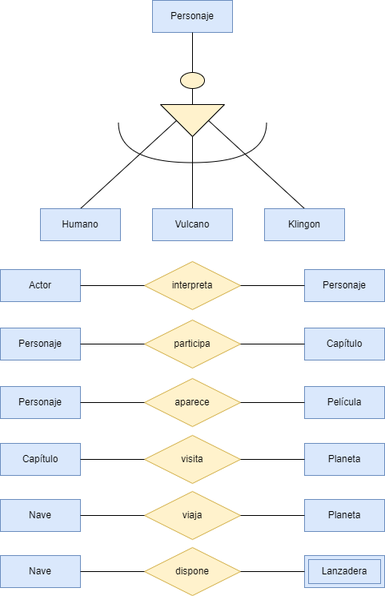
Earlier version of the draw.io export Unidad-1/Tareas/Tarea_Entregable-3/Diagrama Tarea Entregable 3.drawio.png (RafaelMayor/base-datos). Source tidied: cells renumbered, new cells last; positions are measured from the earlier drawing's top-left corner, leaving out a move shared by most shapes.
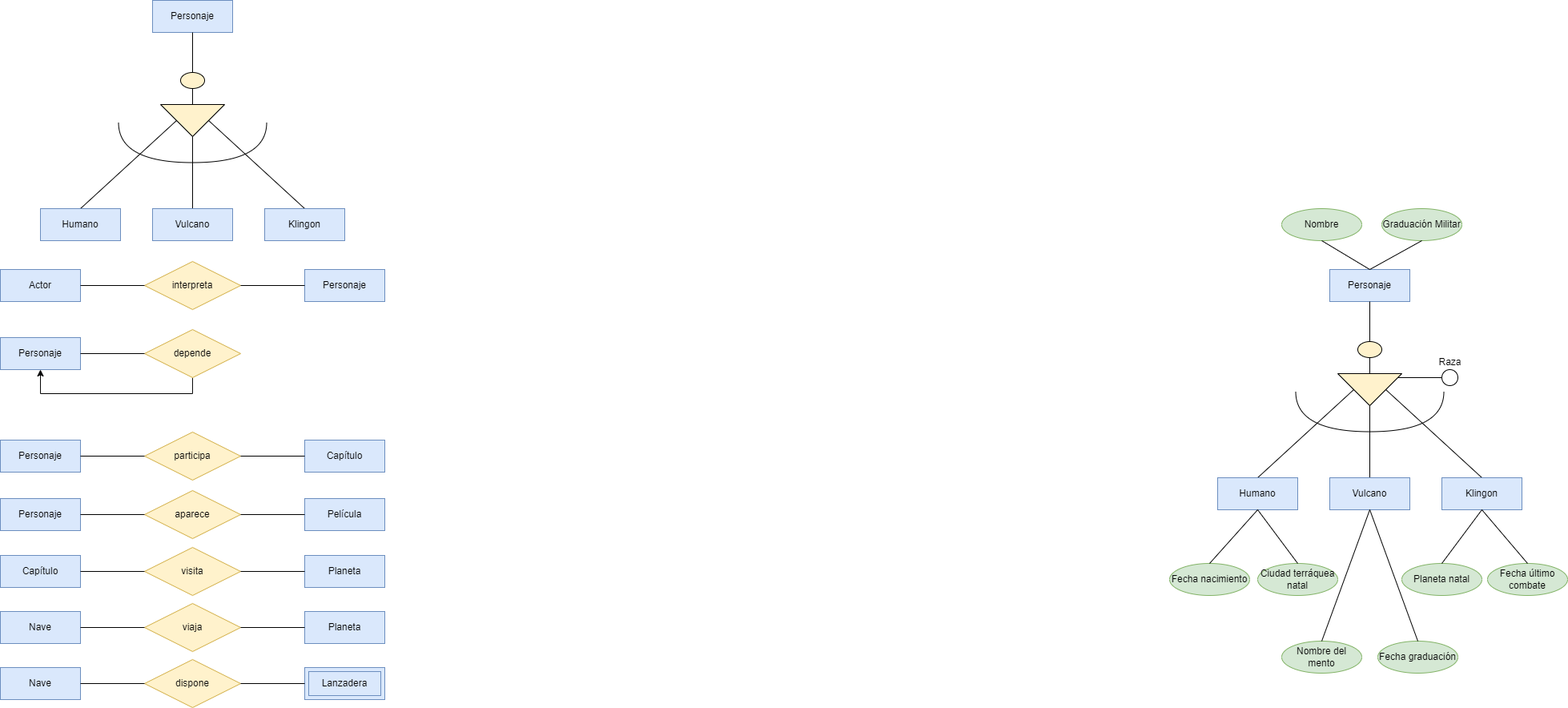
The same file after the commit.

Diff of the diagram source:
```diff
@@ -3,16 +3,16 @@
     <mxCell id="0" />
     <mxCell id="1" parent="0" />
     <mxCell id="2" value="Actor" style="whiteSpace=wrap;html=1;align=center;fillColor=#dae8fc;strokeColor=#6c8ebf;" parent="1" vertex="1">
-      <mxGeometry y="336" width="100" height="40" as="geometry" />
+      <mxGeometry y="196" width="100" height="40" as="geometry" />
     </mxCell>
     <mxCell id="3" value="Personaje" style="whiteSpace=wrap;html=1;align=center;fillColor=#dae8fc;strokeColor=#6c8ebf;" parent="1" vertex="1">
-      <mxGeometry x="190" width="100" height="40" as="geometry" />
+      <mxGeometry x="190" y="-140" width="100" height="40" as="geometry" />
     </mxCell>
     <mxCell id="4" style="ellipse;whiteSpace=wrap;html=1;fillColor=#fff2cc;strokeColor=#000000;" parent="1" vertex="1">
-      <mxGeometry x="225" y="90" width="30" height="20" as="geometry" />
+      <mxGeometry x="225" y="-50" width="30" height="20" as="geometry" />
     </mxCell>
     <mxCell id="5" style="triangle;whiteSpace=wrap;html=1;rotation=90;fillColor=#fff2cc;strokeColor=#000000;" parent="1" vertex="1">
-      <mxGeometry x="220" y="110" width="40" height="80" as="geometry" />
+      <mxGeometry x="220" y="-30" width="40" height="80" as="geometry" />
     </mxCell>
     <mxCell id="6" style="endArrow=none;html=1;rounded=0;entryX=0.5;entryY=1;entryDx=0;entryDy=0;exitX=0.5;exitY=0;exitDx=0;exitDy=0;" parent="1" edge="1" source="4" target="3">
       <mxGeometry relative="1" as="geometry" />
@@ -30,22 +30,22 @@
       <mxGeometry relative="1" as="geometry" />
     </mxCell>
     <mxCell id="11" style="shape=requiredInterface;html=1;verticalLabelPosition=bottom;sketch=0;rotation=90;" parent="1" vertex="1">
-      <mxGeometry x="215" y="85" width="50" height="185" as="geometry" />
+      <mxGeometry x="215" y="-55" width="50" height="185" as="geometry" />
     </mxCell>
     <mxCell id="12" value="Klingon" style="whiteSpace=wrap;html=1;align=center;fillColor=#dae8fc;strokeColor=#6c8ebf;" parent="1" vertex="1">
-      <mxGeometry x="330" y="260" width="100" height="40" as="geometry" />
+      <mxGeometry x="330" y="120" width="100" height="40" as="geometry" />
     </mxCell>
     <mxCell id="13" value="Vulcano" style="whiteSpace=wrap;html=1;align=center;fillColor=#dae8fc;strokeColor=#6c8ebf;" parent="1" vertex="1">
-      <mxGeometry x="190" y="260" width="100" height="40" as="geometry" />
+      <mxGeometry x="190" y="120" width="100" height="40" as="geometry" />
     </mxCell>
     <mxCell id="14" value="Humano" style="whiteSpace=wrap;html=1;align=center;fillColor=#dae8fc;strokeColor=#6c8ebf;" parent="1" vertex="1">
-      <mxGeometry x="50" y="260" width="100" height="40" as="geometry" />
+      <mxGeometry x="50" y="120" width="100" height="40" as="geometry" />
     </mxCell>
     <mxCell id="15" value="Personaje" style="whiteSpace=wrap;html=1;align=center;fillColor=#dae8fc;strokeColor=#6c8ebf;" parent="1" vertex="1">
-      <mxGeometry x="380" y="336" width="100" height="40" as="geometry" />
+      <mxGeometry x="380" y="196" width="100" height="40" as="geometry" />
     </mxCell>
     <mxCell id="16" value="interpreta" style="shape=rhombus;perimeter=rhombusPerimeter;whiteSpace=wrap;html=1;align=center;fillColor=#fff2cc;strokeColor=#d6b656;" parent="1" vertex="1">
-      <mxGeometry x="180" y="326" width="120" height="60" as="geometry" />
+      <mxGeometry x="180" y="186" width="120" height="60" as="geometry" />
     </mxCell>
     <mxCell id="17" style="endArrow=none;html=1;rounded=0;exitX=0;exitY=0.5;exitDx=0;exitDy=0;entryX=1;entryY=0.5;entryDx=0;entryDy=0;" parent="1" edge="1" source="15" target="16">
       <mxGeometry relative="1" as="geometry" />
@@ -128,5 +128,115 @@
     <mxCell id="43" style="endArrow=none;html=1;rounded=0;entryX=0;entryY=0.5;entryDx=0;entryDy=0;exitX=1;exitY=0.5;exitDx=0;exitDy=0;" parent="1" edge="1" source="39" target="40">
       <mxGeometry relative="1" as="geometry" />
     </mxCell>
+    <mxCell id="44" value="Personaje" style="whiteSpace=wrap;html=1;align=center;fillColor=#dae8fc;strokeColor=#6c8ebf;" parent="1" vertex="1">
+      <mxGeometry x="1660" y="196" width="100" height="40" as="geometry" />
+    </mxCell>
+    <mxCell id="45" style="ellipse;whiteSpace=wrap;html=1;fillColor=#fff2cc;strokeColor=#000000;" parent="1" vertex="1">
+      <mxGeometry x="1695" y="286" width="30" height="20" as="geometry" />
+    </mxCell>
+    <mxCell id="46" style="triangle;whiteSpace=wrap;html=1;rotation=90;fillColor=#fff2cc;strokeColor=#000000;" parent="1" vertex="1">
+      <mxGeometry x="1690" y="306" width="40" height="80" as="geometry" />
+    </mxCell>
+    <mxCell id="47" style="endArrow=none;html=1;rounded=0;entryX=0.5;entryY=1;entryDx=0;entryDy=0;exitX=0.5;exitY=0;exitDx=0;exitDy=0;" parent="1" edge="1" source="45" target="44">
+      <mxGeometry relative="1" as="geometry" />
+    </mxCell>
+    <mxCell id="48" style="endArrow=none;html=1;rounded=0;entryX=0.5;entryY=1;entryDx=0;entryDy=0;exitX=0;exitY=0.5;exitDx=0;exitDy=0;" parent="1" edge="1" source="46" target="45">
+      <mxGeometry relative="1" as="geometry" />
+    </mxCell>
+    <mxCell id="49" style="endArrow=none;html=1;rounded=0;entryX=1;entryY=0.5;entryDx=0;entryDy=0;exitX=0.5;exitY=0;exitDx=0;exitDy=0;" parent="1" edge="1" source="54" target="46">
+      <mxGeometry relative="1" as="geometry" />
+    </mxCell>
+    <mxCell id="50" style="endArrow=none;html=1;rounded=0;entryX=0.5;entryY=1;entryDx=0;entryDy=0;exitX=0.5;exitY=0;exitDx=0;exitDy=0;" parent="1" edge="1" source="55" target="46">
+      <mxGeometry relative="1" as="geometry" />
+    </mxCell>
+    <mxCell id="51" style="endArrow=none;html=1;rounded=0;entryX=0.5;entryY=0;entryDx=0;entryDy=0;exitX=0.5;exitY=0;exitDx=0;exitDy=0;" parent="1" edge="1" source="53" target="46">
+      <mxGeometry relative="1" as="geometry" />
+    </mxCell>
+    <mxCell id="52" style="shape=requiredInterface;html=1;verticalLabelPosition=bottom;sketch=0;rotation=90;" parent="1" vertex="1">
+      <mxGeometry x="1685" y="281" width="50" height="185" as="geometry" />
+    </mxCell>
+    <mxCell id="53" value="Klingon" style="whiteSpace=wrap;html=1;align=center;fillColor=#dae8fc;strokeColor=#6c8ebf;" parent="1" vertex="1">
+      <mxGeometry x="1800" y="456" width="100" height="40" as="geometry" />
+    </mxCell>
+    <mxCell id="54" value="Vulcano" style="whiteSpace=wrap;html=1;align=center;fillColor=#dae8fc;strokeColor=#6c8ebf;" parent="1" vertex="1">
+      <mxGeometry x="1660" y="456" width="100" height="40" as="geometry" />
+    </mxCell>
+    <mxCell id="55" value="Humano" style="whiteSpace=wrap;html=1;align=center;fillColor=#dae8fc;strokeColor=#6c8ebf;" parent="1" vertex="1">
+      <mxGeometry x="1520" y="456" width="100" height="40" as="geometry" />
+    </mxCell>
+    <mxCell id="56" style="endArrow=none;html=1;rounded=0;entryX=0.125;entryY=0.066;entryDx=0;entryDy=0;entryPerimeter=0;exitX=0;exitY=0.5;exitDx=0;exitDy=0;" parent="1" edge="1" source="57" target="46">
+      <mxGeometry relative="1" as="geometry" />
+    </mxCell>
+    <mxCell id="57" style="ellipse;whiteSpace=wrap;html=1;" parent="1" vertex="1">
+      <mxGeometry x="1800" y="321" width="20" height="20" as="geometry" />
+    </mxCell>
+    <mxCell id="58" value="Raza" style="text;html=1;align=center;verticalAlign=middle;strokeColor=none;fillColor=none;" parent="1" vertex="1">
+      <mxGeometry x="1785" y="297" width="50" height="30" as="geometry" />
+    </mxCell>
+    <mxCell id="59" value="Nombre" style="ellipse;whiteSpace=wrap;html=1;align=center;fillColor=#d5e8d4;strokeColor=#82b366;" parent="1" vertex="1">
+      <mxGeometry x="1600" y="120" width="100" height="40" as="geometry" />
+    </mxCell>
+    <mxCell id="60" value="Graduación Militar" style="ellipse;whiteSpace=wrap;html=1;align=center;fillColor=#d5e8d4;strokeColor=#82b366;" parent="1" vertex="1">
+      <mxGeometry x="1725" y="120" width="100" height="40" as="geometry" />
+    </mxCell>
+    <mxCell id="61" style="endArrow=none;html=1;rounded=0;entryX=0.5;entryY=1;entryDx=0;entryDy=0;exitX=0.5;exitY=0;exitDx=0;exitDy=0;" parent="1" edge="1" source="44" target="59">
+      <mxGeometry relative="1" as="geometry" />
+    </mxCell>
+    <mxCell id="62" style="endArrow=none;html=1;rounded=0;entryX=0.5;entryY=1;entryDx=0;entryDy=0;exitX=0.5;exitY=0;exitDx=0;exitDy=0;" parent="1" edge="1" source="44" target="60">
+      <mxGeometry relative="1" as="geometry" />
+    </mxCell>
+    <mxCell id="63" value="Planeta natal" style="ellipse;whiteSpace=wrap;html=1;align=center;fillColor=#d5e8d4;strokeColor=#82b366;" parent="1" vertex="1">
+      <mxGeometry x="1750" y="563" width="100" height="40" as="geometry" />
+    </mxCell>
+    <mxCell id="64" value="Fecha último combate" style="ellipse;whiteSpace=wrap;html=1;align=center;fillColor=#d5e8d4;strokeColor=#82b366;" parent="1" vertex="1">
+      <mxGeometry x="1857" y="563" width="100" height="40" as="geometry" />
+    </mxCell>
+    <mxCell id="65" value="Fecha graduación" style="ellipse;whiteSpace=wrap;html=1;align=center;fillColor=#d5e8d4;strokeColor=#82b366;" parent="1" vertex="1">
+      <mxGeometry x="1720" y="660" width="100" height="40" as="geometry" />
+    </mxCell>
+    <mxCell id="66" value="Nombre del mento" style="ellipse;whiteSpace=wrap;html=1;align=center;fillColor=#d5e8d4;strokeColor=#82b366;" parent="1" vertex="1">
+      <mxGeometry x="1600" y="660" width="100" height="40" as="geometry" />
+    </mxCell>
+    <mxCell id="67" value="Ciudad terráquea natal" style="ellipse;whiteSpace=wrap;html=1;align=center;fillColor=#d5e8d4;strokeColor=#82b366;" parent="1" vertex="1">
+      <mxGeometry x="1570" y="563" width="100" height="40" as="geometry" />
+    </mxCell>
+    <mxCell id="68" value="Fecha nacimiento" style="ellipse;whiteSpace=wrap;html=1;align=center;fillColor=#d5e8d4;strokeColor=#82b366;" parent="1" vertex="1">
+      <mxGeometry x="1460" y="563" width="100" height="40" as="geometry" />
+    </mxCell>
+    <mxCell id="69" style="endArrow=none;html=1;rounded=0;entryX=0.5;entryY=1;entryDx=0;entryDy=0;exitX=0.5;exitY=0;exitDx=0;exitDy=0;" parent="1" edge="1" source="63" target="53">
+      <mxGeometry relative="1" as="geometry" />
+    </mxCell>
+    <mxCell id="70" style="endArrow=none;html=1;rounded=0;entryX=0.5;entryY=1;entryDx=0;entryDy=0;exitX=0.5;exitY=0;exitDx=0;exitDy=0;" parent="1" edge="1" source="64" target="53">
+      <mxGeometry relative="1" as="geometry" />
+    </mxCell>
+    <mxCell id="71" style="endArrow=none;html=1;rounded=0;entryX=0.5;entryY=0;entryDx=0;entryDy=0;exitX=0.5;exitY=1;exitDx=0;exitDy=0;" parent="1" edge="1" source="54" target="65">
+      <mxGeometry relative="1" as="geometry" />
+    </mxCell>
+    <mxCell id="72" style="endArrow=none;html=1;rounded=0;entryX=0.5;entryY=1;entryDx=0;entryDy=0;exitX=0.5;exitY=0;exitDx=0;exitDy=0;" parent="1" edge="1" source="66" target="54">
+      <mxGeometry relative="1" as="geometry" />
+    </mxCell>
+    <mxCell id="73" style="endArrow=none;html=1;rounded=0;entryX=0.5;entryY=1;entryDx=0;entryDy=0;exitX=0.5;exitY=0;exitDx=0;exitDy=0;" parent="1" edge="1" source="67" target="55">
+      <mxGeometry relative="1" as="geometry" />
+    </mxCell>
+    <mxCell id="74" style="endArrow=none;html=1;rounded=0;entryX=0.5;entryY=1;entryDx=0;entryDy=0;exitX=0.5;exitY=0;exitDx=0;exitDy=0;" parent="1" edge="1" source="68" target="55">
+      <mxGeometry relative="1" as="geometry" />
+    </mxCell>
+    <mxCell id="75" value="Personaje" style="whiteSpace=wrap;html=1;align=center;fillColor=#dae8fc;strokeColor=#6c8ebf;" parent="1" vertex="1">
+      <mxGeometry y="281" width="100" height="40" as="geometry" />
+    </mxCell>
+    <mxCell id="76" style="edgeStyle=orthogonalEdgeStyle;rounded=0;jettySize=auto;html=1;entryX=0.5;entryY=1;entryDx=0;entryDy=0;" parent="1" edge="1" source="77" target="75">
+      <mxGeometry relative="1" as="geometry">
+        <Array as="points">
+          <mxPoint x="240" y="351" />
+          <mxPoint x="50" y="351" />
+        </Array>
+      </mxGeometry>
+    </mxCell>
+    <mxCell id="77" value="depende" style="shape=rhombus;perimeter=rhombusPerimeter;whiteSpace=wrap;html=1;align=center;fillColor=#fff2cc;strokeColor=#d6b656;" parent="1" vertex="1">
+      <mxGeometry x="180" y="271" width="120" height="60" as="geometry" />
+    </mxCell>
+    <mxCell id="78" style="endArrow=none;html=1;rounded=0;entryX=1;entryY=0.5;entryDx=0;entryDy=0;exitX=0;exitY=0.5;exitDx=0;exitDy=0;" parent="1" edge="1" source="77" target="75">
+      <mxGeometry relative="1" as="geometry" />
+    </mxCell>
   </root>
 </mxGraphModel>
```
